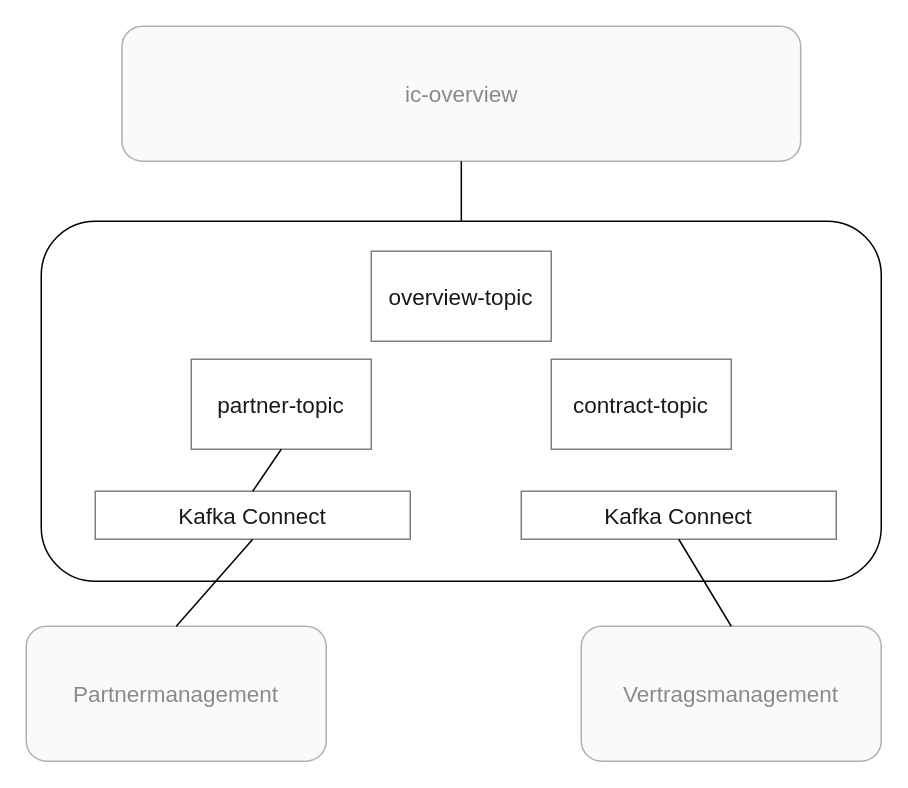
Before: page "kafka-cluster" (3 of 3) of architecture.drawio in mhaspra/ic-architecture, a draw.io diagram. Source tidied: cells renumbered, new cells numbered last; positions are measured from the earlier drawing's top-left corner, leaving out a move shared by most shapes. Both pictures are drawn from the tidied source at 150%, with x=0, y=0 at pixel (26, 26).
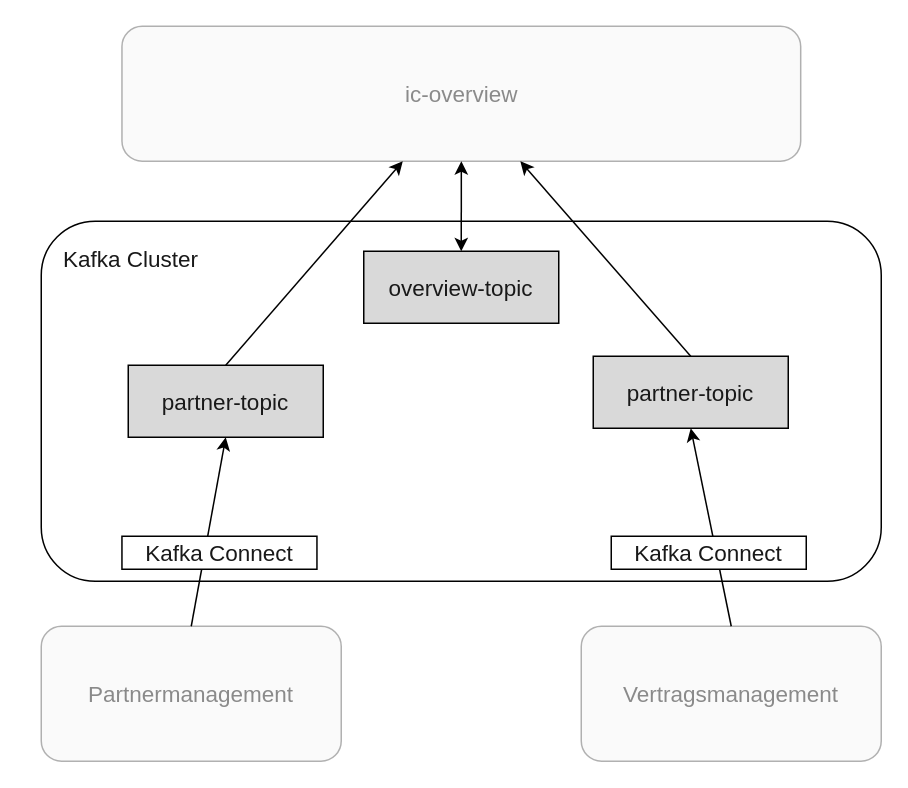
Above is the later version.

What changed in the source:
```diff
@@
 <mxGraphModel>
   <root>
     <mxCell id="0" />
     <mxCell id="1" parent="0" />
     <mxCell id="2" style="rounded=1;whiteSpace=wrap;html=1;align=left;verticalAlign=top;" parent="1" vertex="1">
       <mxGeometry x="10" y="130" width="560" height="240" as="geometry" />
     </mxCell>
     <mxCell id="3" value="ic-overview" style="rounded=1;whiteSpace=wrap;html=1;fontSize=15;opacity=50;fillColor=#f5f5f5;fontColor=#8A8A8A;strokeColor=#666666;rotation=0;" parent="1" vertex="1">
       <mxGeometry x="63.8" width="452.5" height="90" as="geometry" />
     </mxCell>
-    <mxCell id="4" style="endArrow=none;html=1;rounded=0;fontSize=15;fontColor=#191919;entryX=0.5;entryY=1;entryDx=0;entryDy=0;" parent="1" edge="1" source="2" target="3">
-      <mxGeometry relative="1" as="geometry" />
-    </mxCell>
-    <mxCell id="5" value="partner-topic" style="rounded=0;whiteSpace=wrap;html=1;fontSize=15;fontColor=#191919;opacity=50;" parent="1" vertex="1">
-      <mxGeometry x="110" y="222" width="120" height="60" as="geometry" />
+    <mxCell id="5" value="partner-topic" style="rounded=0;whiteSpace=wrap;html=1;fontSize=15;fontColor=#191919;fillColor=#D9D9D9;" parent="1" vertex="1">
+      <mxGeometry x="68" y="226" width="130" height="48" as="geometry" />
     </mxCell>
-    <mxCell id="6" value="contract-topic" style="rounded=0;whiteSpace=wrap;html=1;fontSize=15;fontColor=#191919;opacity=50;" parent="1" vertex="1">
-      <mxGeometry x="350" y="222" width="120" height="60" as="geometry" />
-    </mxCell>
-    <mxCell id="7" value="overview-topic" style="rounded=0;whiteSpace=wrap;html=1;fontSize=15;fontColor=#191919;opacity=50;" parent="1" vertex="1">
-      <mxGeometry x="230" y="150" width="120" height="60" as="geometry" />
-    </mxCell>
     <mxCell id="8" value="Partnermanagement" style="rounded=1;whiteSpace=wrap;html=1;fontSize=15;opacity=50;fillColor=#f5f5f5;fontColor=#8A8A8A;strokeColor=#666666;rotation=0;" parent="1" vertex="1">
-      <mxGeometry y="400" width="200" height="90" as="geometry" />
+      <mxGeometry x="10" y="400" width="200" height="90" as="geometry" />
     </mxCell>
     <mxCell id="9" value="Vertragsmanagement" style="rounded=1;whiteSpace=wrap;html=1;fontSize=15;opacity=50;fillColor=#f5f5f5;fontColor=#8A8A8A;strokeColor=#666666;rotation=0;" parent="1" vertex="1">
       <mxGeometry x="370" y="400" width="200" height="90" as="geometry" />
     </mxCell>
+    <mxCell id="7" value="overview-topic" style="rounded=0;whiteSpace=wrap;html=1;fontSize=15;fontColor=#191919;fillColor=#D9D9D9;" parent="1" vertex="1">
+      <mxGeometry x="225" y="150" width="130" height="48" as="geometry" />
+    </mxCell>
+    <mxCell id="15" value="partner-topic" style="rounded=0;whiteSpace=wrap;html=1;fontSize=15;fontColor=#191919;fillColor=#D9D9D9;" parent="1" vertex="1">
+      <mxGeometry x="378" y="220" width="130" height="48" as="geometry" />
+    </mxCell>
+    <mxCell id="16" style="endArrow=classic;html=1;rounded=0;fontSize=15;fontColor=#191919;exitX=0.5;exitY=0;exitDx=0;exitDy=0;entryX=0.5;entryY=1;entryDx=0;entryDy=0;" parent="1" edge="1" source="9" target="15">
+      <mxGeometry relative="1" as="geometry" />
+    </mxCell>
+    <mxCell id="11" value="Kafka Connect" style="rounded=0;whiteSpace=wrap;html=1;fontSize=15;fontColor=#191919;fillColor=#FFFFFF;" parent="1" vertex="1">
+      <mxGeometry x="390" y="340" width="130" height="22" as="geometry" />
+    </mxCell>
+    <mxCell id="17" style="endArrow=classic;html=1;rounded=0;fontSize=15;fontColor=#191919;exitX=0.5;exitY=0;exitDx=0;exitDy=0;entryX=0.5;entryY=1;entryDx=0;entryDy=0;" parent="1" edge="1" source="8" target="5">
+      <mxGeometry relative="1" as="geometry" />
+    </mxCell>
-    <mxCell id="10" value="Kafka Connect" style="rounded=0;whiteSpace=wrap;html=1;fontSize=15;fontColor=#191919;opacity=50;" parent="1" vertex="1">
-      <mxGeometry x="46" y="310" width="210" height="32" as="geometry" />
+    <mxCell id="10" value="Kafka Connect" style="rounded=0;whiteSpace=wrap;html=1;fontSize=15;fontColor=#191919;fillColor=#FFFFFF;" parent="1" vertex="1">
+      <mxGeometry x="63.8" y="340" width="130" height="22" as="geometry" />
     </mxCell>
-    <mxCell id="11" value="Kafka Connect" style="rounded=0;whiteSpace=wrap;html=1;fontSize=15;fontColor=#191919;opacity=50;" parent="1" vertex="1">
-      <mxGeometry x="330" y="310" width="210" height="32" as="geometry" />
-    </mxCell>
-    <mxCell id="12" style="endArrow=none;html=1;rounded=0;fontSize=15;fontColor=#191919;exitX=0.5;exitY=0;exitDx=0;exitDy=0;entryX=0.5;entryY=1;entryDx=0;entryDy=0;" parent="1" edge="1" source="10" target="5">
-      <mxGeometry relative="1" as="geometry" />
-    </mxCell>
-    <mxCell id="13" style="endArrow=none;html=1;rounded=0;fontSize=15;fontColor=#191919;exitX=0.5;exitY=0;exitDx=0;exitDy=0;entryX=0.5;entryY=1;entryDx=0;entryDy=0;" parent="1" edge="1" source="9" target="11">
-      <mxGeometry relative="1" as="geometry" />
-    </mxCell>
-    <mxCell id="14" style="endArrow=none;html=1;rounded=0;fontSize=15;fontColor=#191919;exitX=0.5;exitY=0;exitDx=0;exitDy=0;entryX=0.5;entryY=1;entryDx=0;entryDy=0;" parent="1" edge="1" source="8" target="10">
-      <mxGeometry relative="1" as="geometry" />
-    </mxCell>
+    <mxCell id="18" style="endArrow=classic;html=1;rounded=0;fontSize=15;fontColor=#191919;exitX=0.5;exitY=0;exitDx=0;exitDy=0;" parent="1" edge="1" source="5" target="3">
+      <mxGeometry relative="1" as="geometry" />
+    </mxCell>
+    <mxCell id="19" style="endArrow=classic;html=1;rounded=0;fontSize=15;fontColor=#191919;exitX=0.5;exitY=0;exitDx=0;exitDy=0;" parent="1" edge="1" source="15" target="3">
+      <mxGeometry relative="1" as="geometry" />
+    </mxCell>
+    <mxCell id="20" style="endArrow=classic;startArrow=classic;html=1;rounded=0;fontSize=15;fontColor=#191919;exitX=0.5;exitY=0;exitDx=0;exitDy=0;entryX=0.5;entryY=1;entryDx=0;entryDy=0;" parent="1" edge="1" source="7" target="3">
+      <mxGeometry relative="1" as="geometry" />
+    </mxCell>
+    <mxCell id="21" value="Kafka Cluster" style="text;html=1;strokeColor=none;fillColor=none;align=center;verticalAlign=middle;whiteSpace=wrap;rounded=0;fontSize=15;fontColor=#191919;" parent="1" vertex="1">
+      <mxGeometry x="20" y="140" width="100" height="30" as="geometry" />
+    </mxCell>
   </root>
 </mxGraphModel>
```
